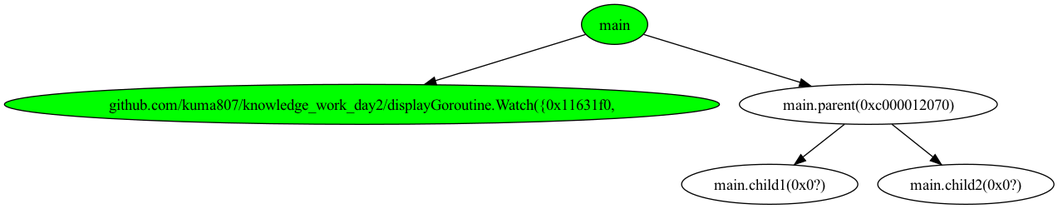
Before: main_testGoroutine/tree_5.png, a diagram exported from Graphviz (kuma807/knowledge_work_day2). Its source is kept beside it as main_testGoroutine/tree_5.dot. The source it was exported from:
```dot
digraph G {
	"main"->"github.com/kuma807/knowledge_work_day2/displayGoroutine.Watch({0x11631f0,";
	"main"->"main.parent(0xc000012070)";
	"main.parent(0xc000012070)"->"main.child1(0x0?)";
	"main.parent(0xc000012070)"->"main.child2(0x0?)";
	"github.com/kuma807/knowledge_work_day2/displayGoroutine.Watch({0x11631f0," [ fillcolor="#00FF00", style="solid,filled" ];
	"main" [ fillcolor="#00FF00", style="solid,filled" ];
	"main.child1(0x0?)";
	"main.child2(0x0?)";
	"main.parent(0xc000012070)";

}
```
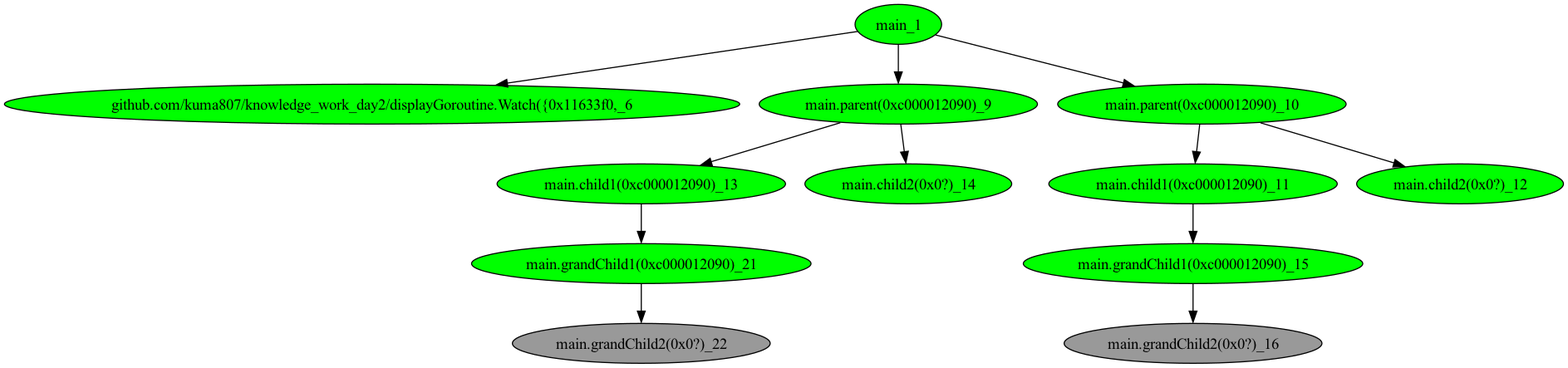
Above is the later version.

Change to the diagram source:
```diff
@@ -1,12 +1,26 @@
 digraph G {
-	"main"->"github.com/kuma807/knowledge_work_day2/displayGoroutine.Watch({0x11631f0,";
-	"main"->"main.parent(0xc000012070)";
-	"main.parent(0xc000012070)"->"main.child1(0x0?)";
-	"main.parent(0xc000012070)"->"main.child2(0x0?)";
-	"github.com/kuma807/knowledge_work_day2/displayGoroutine.Watch({0x11631f0," [ fillcolor="#00FF00", style="solid,filled" ];
-	"main" [ fillcolor="#00FF00", style="solid,filled" ];
-	"main.child1(0x0?)";
-	"main.child2(0x0?)";
-	"main.parent(0xc000012070)";
+	"main_1"->"github.com/kuma807/knowledge_work_day2/displayGoroutine.Watch({0x11633f0,_6";
+	"main_1"->"main.parent(0xc000012090)_9";
+	"main_1"->"main.parent(0xc000012090)_10";
+	"main.parent(0xc000012090)_10"->"main.child1(0xc000012090)_11";
+	"main.parent(0xc000012090)_10"->"main.child2(0x0?)_12";
+	"main.parent(0xc000012090)_9"->"main.child1(0xc000012090)_13";
+	"main.parent(0xc000012090)_9"->"main.child2(0x0?)_14";
+	"main.child1(0xc000012090)_11"->"main.grandChild1(0xc000012090)_15";
+	"main.grandChild1(0xc000012090)_15"->"main.grandChild2(0x0?)_16";
+	"main.child1(0xc000012090)_13"->"main.grandChild1(0xc000012090)_21";
+	"main.grandChild1(0xc000012090)_21"->"main.grandChild2(0x0?)_22";
+	"github.com/kuma807/knowledge_work_day2/displayGoroutine.Watch({0x11633f0,_6" [ fillcolor="#00FF00", style="solid,filled" ];
+	"main.child1(0xc000012090)_11" [ fillcolor="#00FF00", style="solid,filled" ];
+	"main.child1(0xc000012090)_13" [ fillcolor="#00FF00", style="solid,filled" ];
+	"main.child2(0x0?)_12" [ fillcolor="#00FF00", style="solid,filled" ];
+	"main.child2(0x0?)_14" [ fillcolor="#00FF00", style="solid,filled" ];
+	"main.grandChild1(0xc000012090)_15" [ fillcolor="#00FF00", style="solid,filled" ];
+	"main.grandChild1(0xc000012090)_21" [ fillcolor="#00FF00", style="solid,filled" ];
+	"main.grandChild2(0x0?)_16" [ fillcolor="#999999", style="solid,filled" ];
+	"main.grandChild2(0x0?)_22" [ fillcolor="#999999", style="solid,filled" ];
+	"main.parent(0xc000012090)_10" [ fillcolor="#00FF00", style="solid,filled" ];
+	"main.parent(0xc000012090)_9" [ fillcolor="#00FF00", style="solid,filled" ];
+	"main_1" [ fillcolor="#00FF00", style="solid,filled" ];
 
 }
```
